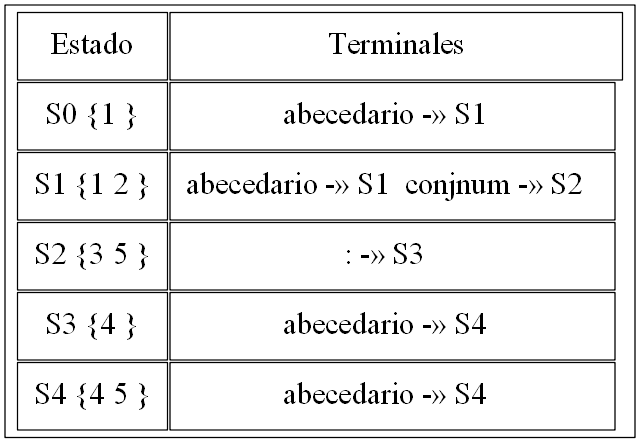
Earlier version of the Graphviz export trans_Expresion2.png (montherbasir/Practica1_OLC1). Its source is kept beside it as trans_Expresion2.dot. Its diagram source:
```dot
digraph {
splines="line";
rankdir = TB;
node [shape=plain, height=0.5, width=1.5, fontsize=25];
graph[dpi=90];

N [label=<
<table border="0" cellborder="1" cellpadding="12">
  <tr><td>Estado</td><td colspan="4">Terminales</td></tr>  <tr><td>S0 {1 }</td><td>abecedario -» S1  </td></tr>
  <tr><td>S1 {1 2 }</td><td>abecedario -» S1  conjnum -» S2  </td></tr>
  <tr><td>S2 {3 5 }</td><td>: -» S3  </td></tr>
  <tr><td>S3 {4 }</td><td>abecedario -» S4  </td></tr>
  <tr><td>S4 {4 5 }</td><td>abecedario -» S4  </td></tr>
</table>>];
}
```
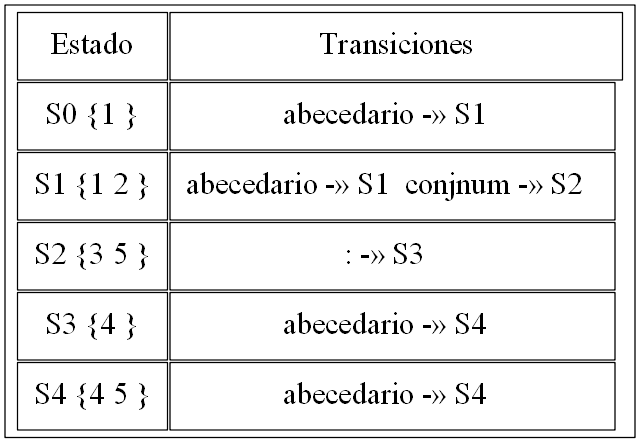
The same file after the commit.

The edit, as a diff of the source:
```diff
@@ -6,7 +6,7 @@
 
 N [label=<
 <table border="0" cellborder="1" cellpadding="12">
-  <tr><td>Estado</td><td colspan="4">Terminales</td></tr>  <tr><td>S0 {1 }</td><td>abecedario -» S1  </td></tr>
+  <tr><td>Estado</td><td colspan="4">Transiciones</td></tr>  <tr><td>S0 {1 }</td><td>abecedario -» S1  </td></tr>
   <tr><td>S1 {1 2 }</td><td>abecedario -» S1  conjnum -» S2  </td></tr>
   <tr><td>S2 {3 5 }</td><td>: -» S3  </td></tr>
   <tr><td>S3 {4 }</td><td>abecedario -» S4  </td></tr>
```
